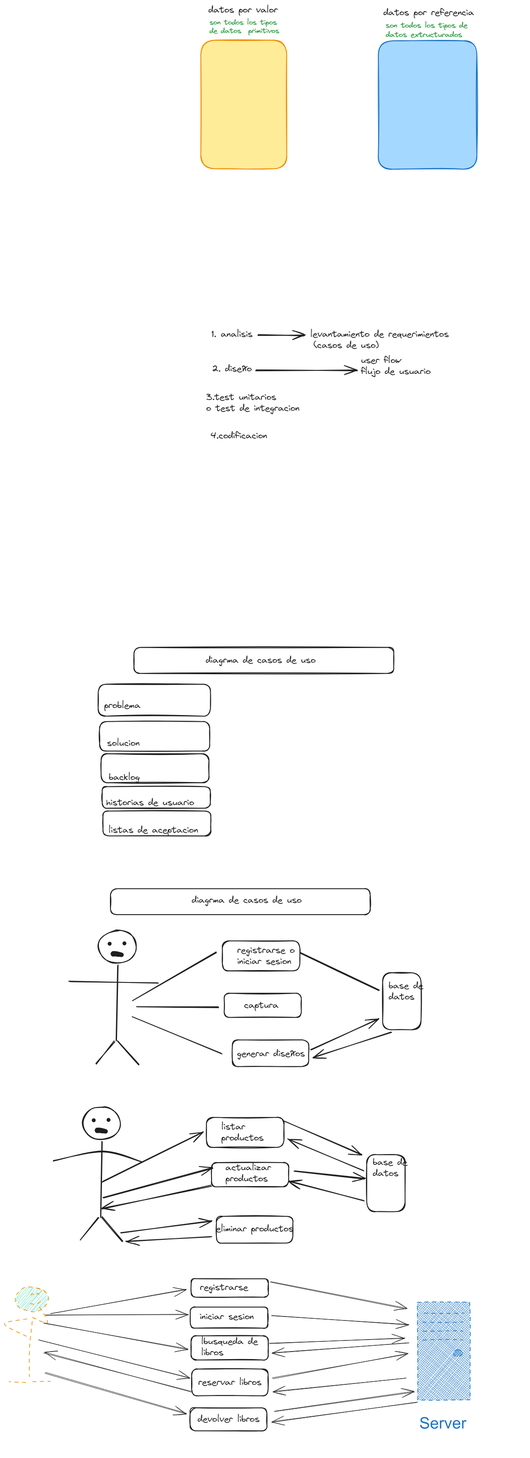
This is tipos_datos_estructurados/.excalidraw.png from MIGUEL12344/curso_python, a Excalidraw export, as it was before one commit. Source tidied: one line per element, renumbered; positions are measured from the earlier drawing's top-left corner, leaving out a move shared by most shapes.
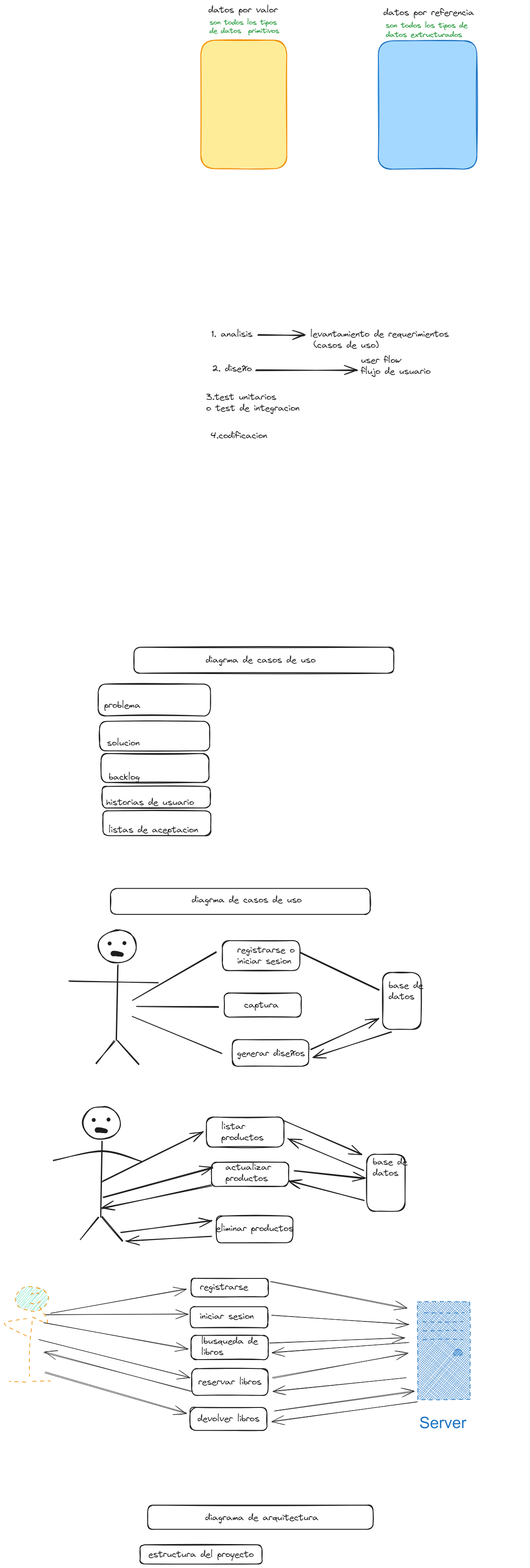
The same file after the commit.

Commit message:
tarea de lunes

What changed in the source:
```diff
@@ -113,3 +113,7 @@
 {"id": 112, "type": "line", "strokeColor": "#f08c00", "backgroundColor": "#38d9a9", "fillStyle": "hachure", "strokeWidth": 1, "strokeStyle": "dashed", "roughness": 2, "round": true, "x": 62, "y": 3106, "width": 38, "height": 0, "points": [[0, 0], [38, 0]]}
 {"id": 113, "type": "line", "strokeColor": "#f08c00", "backgroundColor": "#38d9a9", "fillStyle": "hachure", "strokeWidth": 1, "strokeStyle": "dashed", "roughness": 2, "round": true, "x": 70, "y": 2908, "width": 6, "height": 3, "points": [[0, 0], [4, -3], [6, 0]]}
 {"id": 114, "type": "line", "strokeColor": "#f08c00", "backgroundColor": "#38d9a9", "fillStyle": "hachure", "strokeWidth": 1, "strokeStyle": "dashed", "roughness": 2, "round": true, "x": 57, "y": 2909, "width": 6, "height": 3, "points": [[0, 0], [4, -3], [6, 0]]}
+{"id": 115, "type": "rectangle", "strokeColor": "#1e1e1e", "strokeWidth": 2, "roughness": 1, "round": true, "x": 320, "y": 3384, "width": 508, "height": 54}
+{"id": 116, "type": "text", "text": "diagrama de arquitectura", "strokeColor": "#1e1e1e", "strokeWidth": 2, "roughness": 1, "fontSize": 20, "fontFamily": 1, "x": 450, "y": 3400, "width": 255, "height": 25}
+{"id": 117, "type": "rectangle", "strokeColor": "#1e1e1e", "strokeWidth": 2, "roughness": 1, "round": true, "x": 303, "y": 3474, "width": 275, "height": 43}
+{"id": 118, "type": "text", "text": "estructura del proyecto", "strokeColor": "#1e1e1e", "strokeWidth": 2, "roughness": 1, "fontSize": 20, "fontFamily": 1, "textAlign": "center", "verticalAlign": "middle", "inside": 117, "x": 322, "y": 3483, "width": 238, "height": 25}
```
